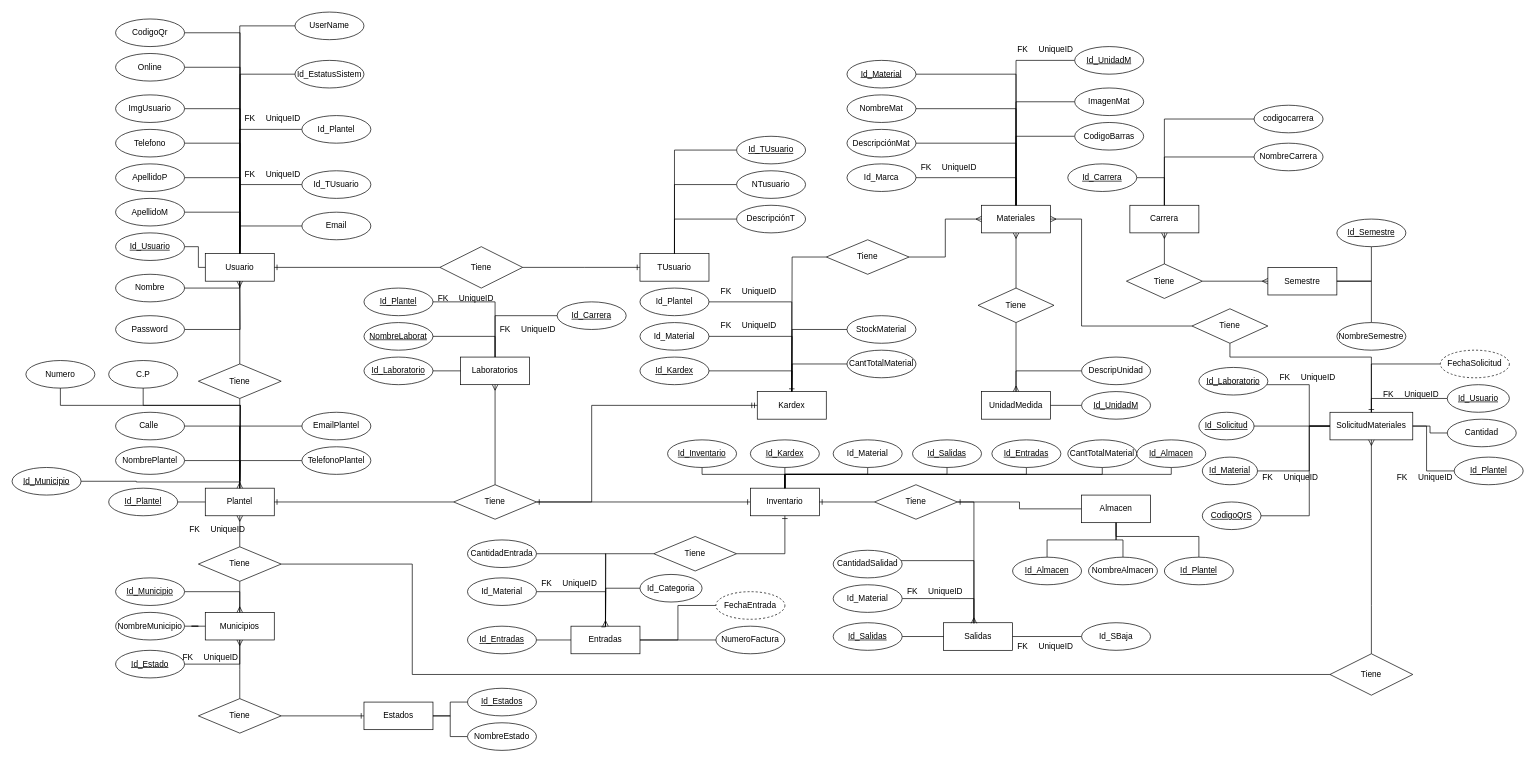
The draw.io diagram page "Modelo_Entidad_Relacion" (1 of 2) of SistemBd/Mysql/Diagrama sin título.drawio in JlchavezG/ContruccionBd, before the edit. Source tidied: cells renumbered, new cells numbered last; positions are measured from the earlier drawing's top-left corner, leaving out a move shared by most shapes. Both pictures are drawn from the tidied source at 69%, with x=0, y=0 at pixel (12, 12).
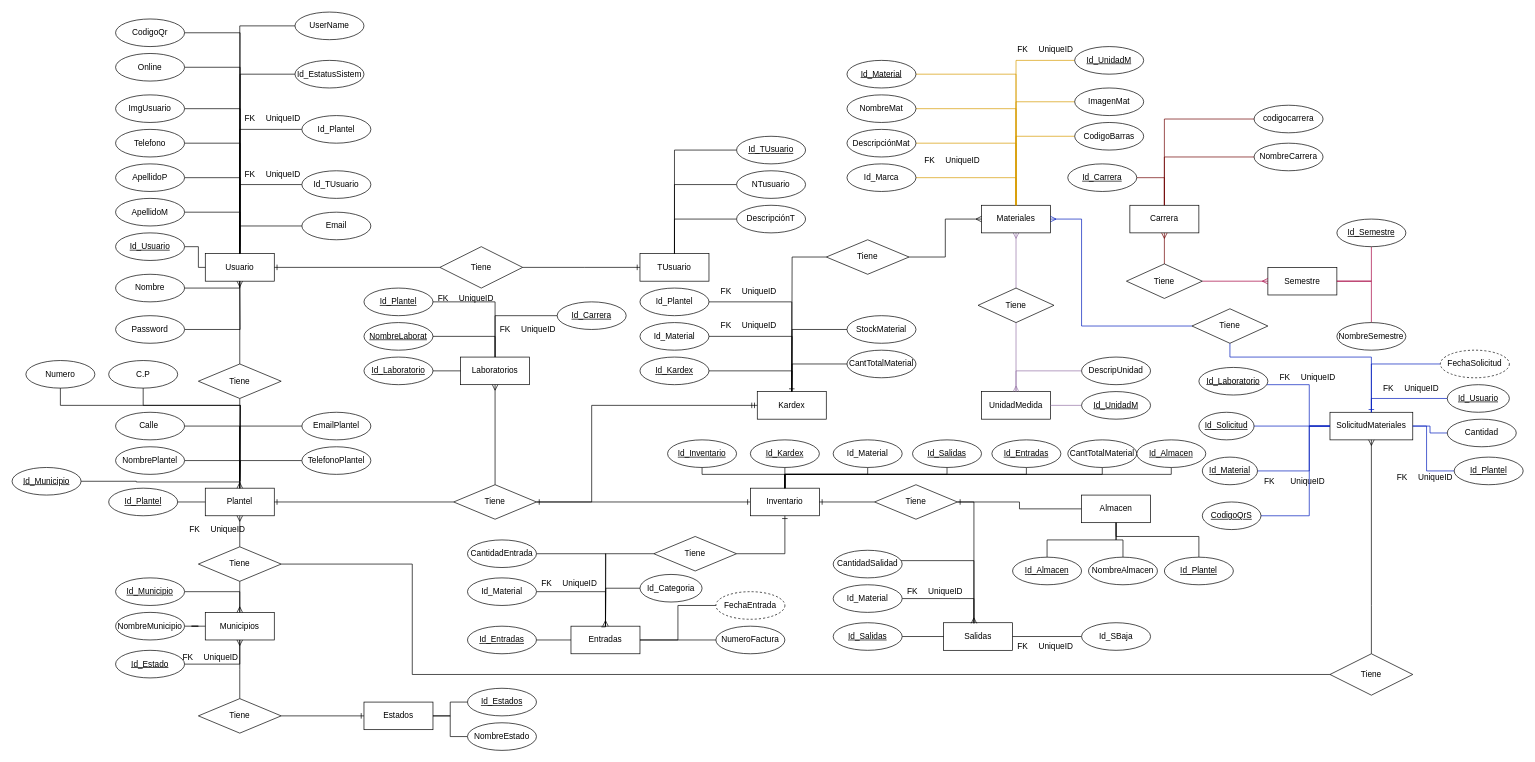
Above is the later version.

The change refers to these unchanged cells:
```xml
<mxCell id="44" value="UnidadMedida" style="whiteSpace=wrap;html=1;align=center;" parent="1" vertex="1">
<mxCell id="46" value="Id_UnidadM" style="ellipse;whiteSpace=wrap;html=1;align=center;fontStyle=4;" parent="1" vertex="1">
<mxCell id="49" value="Tiene" style="shape=rhombus;perimeter=rhombusPerimeter;whiteSpace=wrap;html=1;align=center;" parent="1" vertex="1">
<mxCell id="51" value="DescripUnidad" style="ellipse;whiteSpace=wrap;html=1;align=center;" parent="1" vertex="1">
<mxCell id="85" value="Materiales" style="whiteSpace=wrap;html=1;align=center;" parent="1" vertex="1">
<mxCell id="87" value="Id_Material" style="ellipse;whiteSpace=wrap;html=1;align=center;fontStyle=4;" parent="1" vertex="1">
<mxCell id="93" value="DescripciónMat" style="ellipse;whiteSpace=wrap;html=1;align=center;" parent="1" vertex="1">
<mxCell id="95" value="NombreMat" style="ellipse;whiteSpace=wrap;html=1;align=center;" parent="1" vertex="1">
<mxCell id="97" value="Id_Marca" style="ellipse;whiteSpace=wrap;html=1;align=center;" parent="1" vertex="1">
<mxCell id="103" value="Id_UnidadM" style="ellipse;whiteSpace=wrap;html=1;align=center;fontStyle=4;" parent="1" vertex="1">
<mxCell id="109" value="ImagenMat" style="ellipse;whiteSpace=wrap;html=1;align=center;" parent="1" vertex="1">
<mxCell id="200" value="Carrera" style="whiteSpace=wrap;html=1;align=center;" parent="1" vertex="1">
<mxCell id="201" value="Id_Carrera" style="ellipse;whiteSpace=wrap;html=1;align=center;fontStyle=4;" parent="1" vertex="1">
<mxCell id="203" value="NombreCarrera" style="ellipse;whiteSpace=wrap;html=1;align=center;" parent="1" vertex="1">
<mxCell id="205" value="codigocarrera" style="ellipse;whiteSpace=wrap;html=1;align=center;" parent="1" vertex="1">
<mxCell id="206" value="Semestre" style="whiteSpace=wrap;html=1;align=center;" parent="1" vertex="1">
<mxCell id="208" value="Id_Semestre" style="ellipse;whiteSpace=wrap;html=1;align=center;fontStyle=4;" parent="1" vertex="1">
<mxCell id="210" value="NombreSemestre" style="ellipse;whiteSpace=wrap;html=1;align=center;" parent="1" vertex="1">
<mxCell id="211" value="SolicitudMateriales" style="whiteSpace=wrap;html=1;align=center;" parent="1" vertex="1">
<mxCell id="213" value="Id_Solicitud" style="ellipse;whiteSpace=wrap;html=1;align=center;fontStyle=4;" parent="1" vertex="1">
<mxCell id="215" value="FechaSolicitud" style="ellipse;whiteSpace=wrap;html=1;align=center;dashed=1;" parent="1" vertex="1">
<mxCell id="217" value="Id_Usuario" style="ellipse;whiteSpace=wrap;html=1;align=center;fontStyle=4;" parent="1" vertex="1">
<mxCell id="220" value="Tiene" style="shape=rhombus;perimeter=rhombusPerimeter;whiteSpace=wrap;html=1;align=center;" parent="1" vertex="1">
<mxCell id="226" value="Id_Material" style="ellipse;whiteSpace=wrap;html=1;align=center;fontStyle=4;" parent="1" vertex="1">
<mxCell id="228" value="Id_Laboratorio" style="ellipse;whiteSpace=wrap;html=1;align=center;fontStyle=4;" parent="1" vertex="1">
<mxCell id="231" value="Tiene" style="shape=rhombus;perimeter=rhombusPerimeter;whiteSpace=wrap;html=1;align=center;" parent="1" vertex="1">
<mxCell id="237" style="shape=tableRow;horizontal=0;startSize=0;swimlaneHead=0;swimlaneBody=0;fillColor=none;top=0;left=0;right=0;bottom=0;" parent="236" vertex="1">
<mxCell id="241" value="Cantidad" style="ellipse;whiteSpace=wrap;html=1;align=center;" parent="1" vertex="1">
<mxCell id="243" value="Id_Plantel" style="ellipse;whiteSpace=wrap;html=1;align=center;fontStyle=4;" parent="1" vertex="1">
<mxCell id="274" value="CodigoBarras" style="ellipse;whiteSpace=wrap;html=1;align=center;" parent="1" vertex="1">
<mxCell id="276" value="CodigoQrS" style="ellipse;whiteSpace=wrap;html=1;align=center;fontStyle=4;" parent="1" vertex="1">
```

Change to the diagram source:
```diff
@@
-    <mxCell id="45" style="edgeStyle=orthogonalEdgeStyle;rounded=0;jettySize=auto;html=1;entryX=1;entryY=0.5;entryDx=0;entryDy=0;endArrow=none;endFill=0;" parent="1" edge="1" source="46" target="44">
+    <mxCell id="45" style="edgeStyle=orthogonalEdgeStyle;rounded=0;jettySize=auto;html=1;entryX=1;entryY=0.5;entryDx=0;entryDy=0;endArrow=none;endFill=0;fillColor=#e1d5e7;strokeColor=#9673a6;" parent="1" edge="1" source="46" target="44">
       <mxGeometry relative="1" as="geometry" />
     </mxCell>
@@
-    <mxCell id="47" style="edgeStyle=orthogonalEdgeStyle;rounded=0;jettySize=auto;html=1;entryX=0.5;entryY=0;entryDx=0;entryDy=0;endArrow=ERmany;endFill=0;" parent="1" edge="1" source="49" target="44">
+    <mxCell id="47" style="edgeStyle=orthogonalEdgeStyle;rounded=0;jettySize=auto;html=1;entryX=0.5;entryY=0;entryDx=0;entryDy=0;endArrow=ERmany;endFill=0;fillColor=#e1d5e7;strokeColor=#9673a6;" parent="1" edge="1" source="49" target="44">
       <mxGeometry relative="1" as="geometry" />
     </mxCell>
-    <mxCell id="48" style="edgeStyle=orthogonalEdgeStyle;rounded=0;jettySize=auto;html=1;entryX=0.5;entryY=1;entryDx=0;entryDy=0;endArrow=ERmany;endFill=0;" parent="1" edge="1" source="49" target="85">
+    <mxCell id="48" style="edgeStyle=orthogonalEdgeStyle;rounded=0;jettySize=auto;html=1;entryX=0.5;entryY=1;entryDx=0;entryDy=0;endArrow=ERmany;endFill=0;fillColor=#e1d5e7;strokeColor=#9673a6;" parent="1" edge="1" source="49" target="85">
       <mxGeometry relative="1" as="geometry" />
     </mxCell>
@@
-    <mxCell id="50" style="edgeStyle=orthogonalEdgeStyle;rounded=0;jettySize=auto;html=1;endArrow=none;endFill=0;" parent="1" edge="1" source="51" target="44">
+    <mxCell id="50" style="edgeStyle=orthogonalEdgeStyle;rounded=0;jettySize=auto;html=1;endArrow=none;endFill=0;fillColor=#e1d5e7;strokeColor=#9673a6;" parent="1" edge="1" source="51" target="44">
       <mxGeometry relative="1" as="geometry" />
     </mxCell>
@@
-    <mxCell id="86" style="edgeStyle=orthogonalEdgeStyle;rounded=0;jettySize=auto;html=1;entryX=0.5;entryY=0;entryDx=0;entryDy=0;endArrow=none;endFill=0;" parent="1" edge="1" source="87" target="85">
+    <mxCell id="86" style="edgeStyle=orthogonalEdgeStyle;rounded=0;jettySize=auto;html=1;entryX=0.5;entryY=0;entryDx=0;entryDy=0;endArrow=none;endFill=0;fillColor=#ffe6cc;strokeColor=#d79b00;" parent="1" edge="1" source="87" target="85">
       <mxGeometry relative="1" as="geometry" />
     </mxCell>
@@
-    <mxCell id="92" style="edgeStyle=orthogonalEdgeStyle;rounded=0;jettySize=auto;html=1;endArrow=none;endFill=0;" parent="1" edge="1" source="93" target="85">
+    <mxCell id="92" style="edgeStyle=orthogonalEdgeStyle;rounded=0;jettySize=auto;html=1;endArrow=none;endFill=0;fillColor=#ffe6cc;strokeColor=#d79b00;" parent="1" edge="1" source="93" target="85">
       <mxGeometry relative="1" as="geometry" />
     </mxCell>
@@
-    <mxCell id="94" style="edgeStyle=orthogonalEdgeStyle;rounded=0;jettySize=auto;html=1;entryX=0.5;entryY=0;entryDx=0;entryDy=0;endArrow=none;endFill=0;" parent="1" edge="1" source="95" target="85">
+    <mxCell id="94" style="edgeStyle=orthogonalEdgeStyle;rounded=0;jettySize=auto;html=1;entryX=0.5;entryY=0;entryDx=0;entryDy=0;endArrow=none;endFill=0;fillColor=#ffe6cc;strokeColor=#d79b00;" parent="1" edge="1" source="95" target="85">
       <mxGeometry relative="1" as="geometry" />
     </mxCell>
@@
-    <mxCell id="96" style="edgeStyle=orthogonalEdgeStyle;rounded=0;jettySize=auto;html=1;entryX=0.5;entryY=0;entryDx=0;entryDy=0;endArrow=none;endFill=0;" parent="1" edge="1" source="97" target="85">
+    <mxCell id="96" style="edgeStyle=orthogonalEdgeStyle;rounded=0;jettySize=auto;html=1;entryX=0.5;entryY=0;entryDx=0;entryDy=0;endArrow=none;endFill=0;fillColor=#ffe6cc;strokeColor=#d79b00;" parent="1" edge="1" source="97" target="85">
       <mxGeometry relative="1" as="geometry" />
     </mxCell>
@@
     <mxCell id="98" style="shape=table;startSize=0;childLayout=tableLayout;rowLines=0;fontStyle=0;align=center;strokeColor=none;fillColor=none;" parent="1" vertex="1">
-      <mxGeometry x="1310" y="210" width="180" height="30" as="geometry" />
+      <mxGeometry x="1315" y="200" width="180" height="30" as="geometry" />
     </mxCell>
@@
-    <mxCell id="102" style="edgeStyle=orthogonalEdgeStyle;rounded=0;jettySize=auto;html=1;entryX=0.5;entryY=0;entryDx=0;entryDy=0;endArrow=none;endFill=0;" parent="1" edge="1" source="103" target="85">
+    <mxCell id="102" style="edgeStyle=orthogonalEdgeStyle;rounded=0;jettySize=auto;html=1;entryX=0.5;entryY=0;entryDx=0;entryDy=0;endArrow=none;endFill=0;fillColor=#ffe6cc;strokeColor=#d79b00;" parent="1" edge="1" source="103" target="85">
       <mxGeometry relative="1" as="geometry" />
     </mxCell>
@@
-    <mxCell id="108" style="edgeStyle=orthogonalEdgeStyle;rounded=0;jettySize=auto;html=1;entryX=0.5;entryY=0;entryDx=0;entryDy=0;endArrow=none;endFill=0;" parent="1" edge="1" source="109" target="85">
+    <mxCell id="108" style="edgeStyle=orthogonalEdgeStyle;rounded=0;jettySize=auto;html=1;entryX=0.5;entryY=0;entryDx=0;entryDy=0;endArrow=none;endFill=0;fillColor=#ffe6cc;strokeColor=#d79b00;" parent="1" edge="1" source="109" target="85">
       <mxGeometry relative="1" as="geometry" />
     </mxCell>
@@
-    <mxCell id="199" style="edgeStyle=orthogonalEdgeStyle;rounded=0;jettySize=auto;html=1;entryX=1;entryY=0.5;entryDx=0;entryDy=0;endArrow=none;endFill=0;" parent="1" edge="1" source="200" target="201">
+    <mxCell id="199" style="edgeStyle=orthogonalEdgeStyle;rounded=0;jettySize=auto;html=1;entryX=1;entryY=0.5;entryDx=0;entryDy=0;endArrow=none;endFill=0;fillColor=#a20025;strokeColor=#6F0000;" parent="1" edge="1" source="200" target="201">
       <mxGeometry relative="1" as="geometry" />
     </mxCell>
@@
-    <mxCell id="202" style="edgeStyle=orthogonalEdgeStyle;rounded=0;jettySize=auto;html=1;entryX=0.5;entryY=0;entryDx=0;entryDy=0;endArrow=none;endFill=0;" parent="1" edge="1" source="203" target="200">
+    <mxCell id="202" style="edgeStyle=orthogonalEdgeStyle;rounded=0;jettySize=auto;html=1;entryX=0.5;entryY=0;entryDx=0;entryDy=0;endArrow=none;endFill=0;fillColor=#a20025;strokeColor=#6F0000;" parent="1" edge="1" source="203" target="200">
       <mxGeometry relative="1" as="geometry" />
     </mxCell>
@@
-    <mxCell id="204" style="edgeStyle=orthogonalEdgeStyle;rounded=0;jettySize=auto;html=1;entryX=0.5;entryY=0;entryDx=0;entryDy=0;endArrow=none;endFill=0;" parent="1" edge="1" source="205" target="200">
+    <mxCell id="204" style="edgeStyle=orthogonalEdgeStyle;rounded=0;jettySize=auto;html=1;entryX=0.5;entryY=0;entryDx=0;entryDy=0;endArrow=none;endFill=0;fillColor=#a20025;strokeColor=#6F0000;" parent="1" edge="1" source="205" target="200">
       <mxGeometry relative="1" as="geometry" />
     </mxCell>
@@
-    <mxCell id="207" style="edgeStyle=orthogonalEdgeStyle;rounded=0;jettySize=auto;html=1;entryX=1;entryY=0.5;entryDx=0;entryDy=0;endArrow=none;endFill=0;" parent="1" edge="1" source="208" target="206">
+    <mxCell id="207" style="edgeStyle=orthogonalEdgeStyle;rounded=0;jettySize=auto;html=1;entryX=1;entryY=0.5;entryDx=0;entryDy=0;endArrow=none;endFill=0;fillColor=#d80073;strokeColor=#A50040;" parent="1" edge="1" source="208" target="206">
       <mxGeometry relative="1" as="geometry" />
     </mxCell>
@@
-    <mxCell id="209" style="edgeStyle=orthogonalEdgeStyle;rounded=0;jettySize=auto;html=1;entryX=1;entryY=0.5;entryDx=0;entryDy=0;endArrow=none;endFill=0;" parent="1" edge="1" source="210" target="206">
+    <mxCell id="209" style="edgeStyle=orthogonalEdgeStyle;rounded=0;jettySize=auto;html=1;entryX=1;entryY=0.5;entryDx=0;entryDy=0;endArrow=none;endFill=0;fillColor=#d80073;strokeColor=#A50040;" parent="1" edge="1" source="210" target="206">
       <mxGeometry relative="1" as="geometry" />
     </mxCell>
@@
-    <mxCell id="212" style="edgeStyle=orthogonalEdgeStyle;rounded=0;jettySize=auto;html=1;entryX=0;entryY=0.5;entryDx=0;entryDy=0;endArrow=none;endFill=0;" parent="1" edge="1" source="213" target="211">
+    <mxCell id="212" style="edgeStyle=orthogonalEdgeStyle;rounded=0;jettySize=auto;html=1;entryX=0;entryY=0.5;entryDx=0;entryDy=0;endArrow=none;endFill=0;fillColor=#0050ef;strokeColor=#001DBC;" parent="1" edge="1" source="213" target="211">
       <mxGeometry relative="1" as="geometry" />
     </mxCell>
@@
-    <mxCell id="214" style="edgeStyle=orthogonalEdgeStyle;rounded=0;jettySize=auto;html=1;entryX=0.5;entryY=0;entryDx=0;entryDy=0;endArrow=none;endFill=0;" parent="1" edge="1" source="215" target="211">
+    <mxCell id="214" style="edgeStyle=orthogonalEdgeStyle;rounded=0;jettySize=auto;html=1;entryX=0.5;entryY=0;entryDx=0;entryDy=0;endArrow=none;endFill=0;fillColor=#0050ef;strokeColor=#001DBC;" parent="1" edge="1" source="215" target="211">
       <mxGeometry relative="1" as="geometry" />
     </mxCell>
@@
-    <mxCell id="216" style="edgeStyle=orthogonalEdgeStyle;rounded=0;jettySize=auto;html=1;entryX=0.5;entryY=0;entryDx=0;entryDy=0;endArrow=none;endFill=0;" parent="1" edge="1" source="217" target="211">
+    <mxCell id="216" style="edgeStyle=orthogonalEdgeStyle;rounded=0;jettySize=auto;html=1;entryX=0.5;entryY=0;entryDx=0;entryDy=0;endArrow=none;endFill=0;fillColor=#0050ef;strokeColor=#001DBC;" parent="1" edge="1" source="217" target="211">
       <mxGeometry relative="1" as="geometry" />
     </mxCell>
@@
-    <mxCell id="218" style="edgeStyle=orthogonalEdgeStyle;rounded=0;jettySize=auto;html=1;entryX=0;entryY=0.5;entryDx=0;entryDy=0;endArrow=ERmany;endFill=0;" parent="1" edge="1" source="220" target="206">
+    <mxCell id="218" style="edgeStyle=orthogonalEdgeStyle;rounded=0;jettySize=auto;html=1;entryX=0;entryY=0.5;entryDx=0;entryDy=0;endArrow=ERmany;endFill=0;fillColor=#d80073;strokeColor=#A50040;" parent="1" edge="1" source="220" target="206">
       <mxGeometry relative="1" as="geometry" />
     </mxCell>
-    <mxCell id="219" style="edgeStyle=orthogonalEdgeStyle;rounded=0;jettySize=auto;html=1;entryX=0.5;entryY=1;entryDx=0;entryDy=0;endArrow=ERmany;endFill=0;" parent="1" edge="1" source="220" target="200">
+    <mxCell id="219" style="edgeStyle=orthogonalEdgeStyle;rounded=0;jettySize=auto;html=1;entryX=0.5;entryY=1;entryDx=0;entryDy=0;endArrow=ERmany;endFill=0;fillColor=#a20025;strokeColor=#6F0000;" parent="1" edge="1" source="220" target="200">
       <mxGeometry relative="1" as="geometry" />
     </mxCell>
@@
     <mxCell id="221" style="shape=table;startSize=0;childLayout=tableLayout;rowLines=0;fontStyle=0;align=center;strokeColor=none;fillColor=none;" parent="1" vertex="1">
-      <mxGeometry x="1980" y="540" width="180" height="30" as="geometry" />
+      <mxGeometry x="1980" y="530" width="180" height="30" as="geometry" />
     </mxCell>
@@
-    <mxCell id="225" style="edgeStyle=orthogonalEdgeStyle;rounded=0;jettySize=auto;html=1;entryX=0;entryY=0.5;entryDx=0;entryDy=0;endArrow=none;endFill=0;" parent="1" edge="1" source="226" target="211">
+    <mxCell id="225" style="edgeStyle=orthogonalEdgeStyle;rounded=0;jettySize=auto;html=1;entryX=0;entryY=0.5;entryDx=0;entryDy=0;endArrow=none;endFill=0;fillColor=#0050ef;strokeColor=#001DBC;" parent="1" edge="1" source="226" target="211">
       <mxGeometry relative="1" as="geometry">
         <Array as="points">
           <mxPoint x="1880" y="665" />
           <mxPoint x="1880" y="600" />
         </Array>
       </mxGeometry>
     </mxCell>
@@
-    <mxCell id="227" style="edgeStyle=orthogonalEdgeStyle;rounded=0;jettySize=auto;html=1;entryX=0;entryY=0.5;entryDx=0;entryDy=0;endArrow=none;endFill=0;" parent="1" edge="1" source="228" target="211">
+    <mxCell id="227" style="edgeStyle=orthogonalEdgeStyle;rounded=0;jettySize=auto;html=1;entryX=0;entryY=0.5;entryDx=0;entryDy=0;endArrow=none;endFill=0;fillColor=#0050ef;strokeColor=#001DBC;" parent="1" edge="1" source="228" target="211">
       <mxGeometry relative="1" as="geometry">
         <Array as="points">
           <mxPoint x="1880" y="540" />
           <mxPoint x="1880" y="600" />
         </Array>
       </mxGeometry>
     </mxCell>
@@
-    <mxCell id="229" style="edgeStyle=orthogonalEdgeStyle;rounded=0;jettySize=auto;html=1;entryX=1;entryY=0.5;entryDx=0;entryDy=0;endArrow=ERmany;endFill=0;" parent="1" edge="1" source="231" target="85">
+    <mxCell id="229" style="edgeStyle=orthogonalEdgeStyle;rounded=0;jettySize=auto;html=1;entryX=1;entryY=0.5;entryDx=0;entryDy=0;endArrow=ERmany;endFill=0;fillColor=#0050ef;strokeColor=#001DBC;" parent="1" edge="1" source="231" target="85">
       <mxGeometry relative="1" as="geometry">
         <Array as="points">
           <mxPoint x="1550" y="455" />
           <mxPoint x="1550" y="300" />
         </Array>
       </mxGeometry>
     </mxCell>
-    <mxCell id="230" style="edgeStyle=orthogonalEdgeStyle;rounded=0;jettySize=auto;html=1;entryX=0.5;entryY=0;entryDx=0;entryDy=0;endArrow=ERone;endFill=0;" parent="1" edge="1" source="231" target="211">
+    <mxCell id="230" style="edgeStyle=orthogonalEdgeStyle;rounded=0;jettySize=auto;html=1;entryX=0.5;entryY=0;entryDx=0;entryDy=0;endArrow=ERone;endFill=0;fillColor=#0050ef;strokeColor=#001DBC;" parent="1" edge="1" source="231" target="211">
       <mxGeometry relative="1" as="geometry">
         <Array as="points">
           <mxPoint x="1765" y="500" />
           <mxPoint x="1970" y="500" />
         </Array>
       </mxGeometry>
     </mxCell>
@@
     <mxCell id="236" style="shape=table;startSize=0;childLayout=tableLayout;rowLines=0;fontStyle=0;align=center;strokeColor=none;fillColor=none;" parent="1" vertex="1">
-      <mxGeometry x="1805" y="660" width="180" height="30" as="geometry" />
+      <mxGeometry x="1800" y="665" width="180" height="30" as="geometry" />
     </mxCell>
@@
     <mxCell id="238" value="FK" style="shape=partialRectangle;fillColor=none;top=0;left=0;bottom=0;right=0;fontStyle=0;overflow=hidden;whiteSpace=wrap;html=1;" parent="237" vertex="1">
-      <mxGeometry width="30" height="30" as="geometry" />
+      <mxGeometry width="45" height="30" as="geometry" />
     </mxCell>
     <mxCell id="239" value="UniqueID" style="shape=partialRectangle;fillColor=none;top=0;left=0;bottom=0;right=0;align=left;spacingLeft=6;fontStyle=0;overflow=hidden;whiteSpace=wrap;html=1;" parent="237" vertex="1">
-      <mxGeometry x="30" width="150" height="30" as="geometry" />
+      <mxGeometry x="45" width="135" height="30" as="geometry" />
     </mxCell>
-    <mxCell id="240" style="edgeStyle=orthogonalEdgeStyle;rounded=0;jettySize=auto;html=1;entryX=1;entryY=0.5;entryDx=0;entryDy=0;endArrow=none;endFill=0;" parent="1" edge="1" source="241" target="211">
+    <mxCell id="240" style="edgeStyle=orthogonalEdgeStyle;rounded=0;jettySize=auto;html=1;entryX=1;entryY=0.5;entryDx=0;entryDy=0;endArrow=none;endFill=0;fillColor=#0050ef;strokeColor=#001DBC;" parent="1" edge="1" source="241" target="211">
       <mxGeometry relative="1" as="geometry" />
     </mxCell>
@@
-    <mxCell id="242" style="edgeStyle=orthogonalEdgeStyle;rounded=0;jettySize=auto;html=1;entryX=1;entryY=0.5;entryDx=0;entryDy=0;endArrow=none;endFill=0;" parent="1" edge="1" source="243" target="211">
+    <mxCell id="242" style="edgeStyle=orthogonalEdgeStyle;rounded=0;jettySize=auto;html=1;entryX=1;entryY=0.5;entryDx=0;entryDy=0;endArrow=none;endFill=0;fillColor=#0050ef;strokeColor=#001DBC;" parent="1" edge="1" source="243" target="211">
       <mxGeometry relative="1" as="geometry">
         <Array as="points">
           <mxPoint x="2050" y="665" />
           <mxPoint x="2050" y="600" />
         </Array>
       </mxGeometry>
     </mxCell>
@@
-    <mxCell id="273" style="edgeStyle=orthogonalEdgeStyle;rounded=0;jettySize=auto;html=1;entryX=0.5;entryY=0;entryDx=0;entryDy=0;endArrow=none;endFill=0;" parent="1" edge="1" source="274" target="85">
+    <mxCell id="273" style="edgeStyle=orthogonalEdgeStyle;rounded=0;jettySize=auto;html=1;entryX=0.5;entryY=0;entryDx=0;entryDy=0;endArrow=none;endFill=0;fillColor=#ffe6cc;strokeColor=#d79b00;" parent="1" edge="1" source="274" target="85">
       <mxGeometry relative="1" as="geometry" />
     </mxCell>
@@
-    <mxCell id="275" style="edgeStyle=orthogonalEdgeStyle;rounded=0;jettySize=auto;html=1;entryX=0;entryY=0.5;entryDx=0;entryDy=0;endArrow=none;endFill=0;" parent="1" edge="1" source="276" target="211">
+    <mxCell id="275" style="edgeStyle=orthogonalEdgeStyle;rounded=0;jettySize=auto;html=1;entryX=0;entryY=0.5;entryDx=0;entryDy=0;endArrow=none;endFill=0;fillColor=#0050ef;strokeColor=#001DBC;" parent="1" edge="1" source="276" target="211">
       <mxGeometry relative="1" as="geometry">
         <Array as="points">
           <mxPoint x="1880" y="730" />
           <mxPoint x="1880" y="600" />
         </Array>
       </mxGeometry>
     </mxCell>
```
